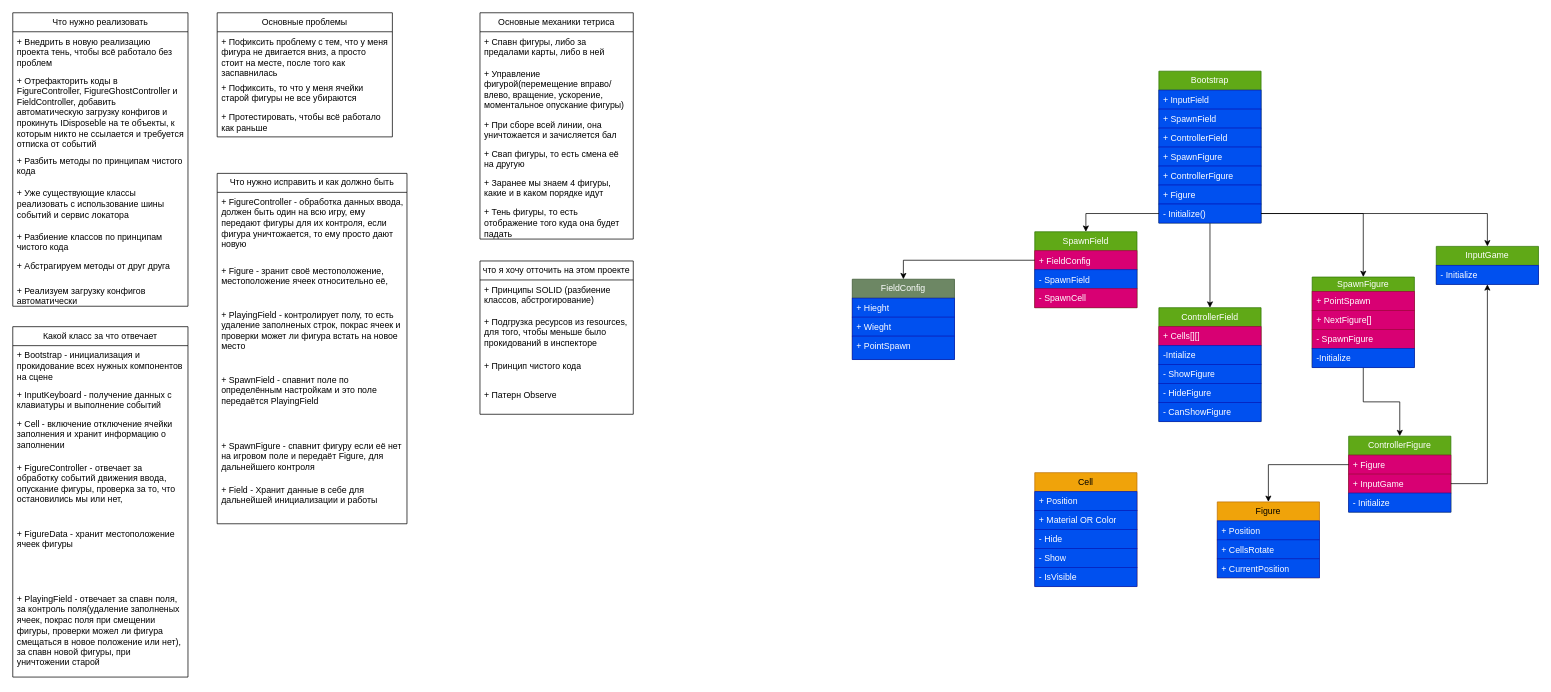
The draw.io diagram TetrisGame.drawio in Bablakov/Tetris, before the edit. Source tidied: cells renumbered, new cells numbered last; positions are measured from the earlier drawing's top-left corner, leaving out a move shared by most shapes. Both pictures are drawn from the tidied source at 73%, with x=0, y=0 at pixel (12, 12).
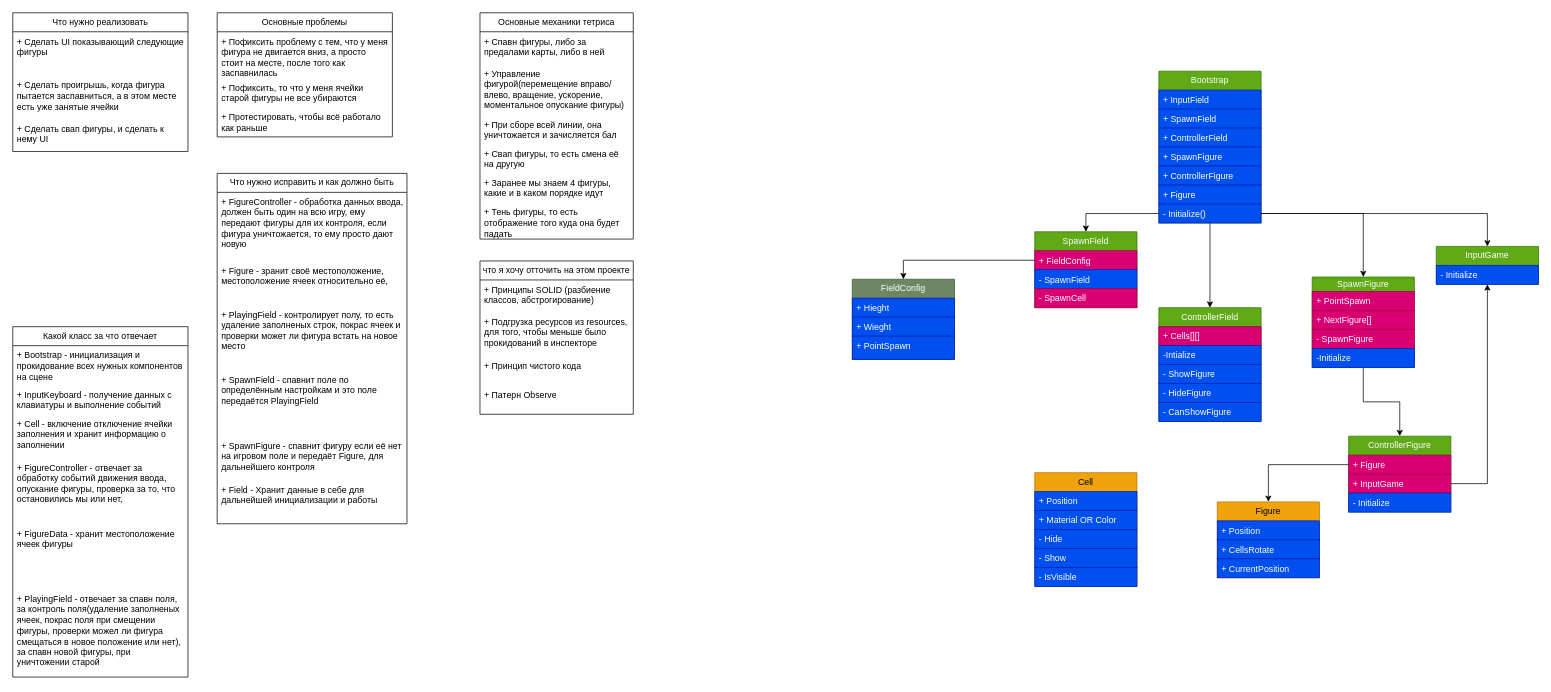
Above is the later version.

The edit, as a diff of the source:
```diff
@@
     <mxCell id="2" value="Что нужно реализовать" style="swimlane;fontStyle=0;horizontal=1;startSize=26;fillColor=none;whiteSpace=wrap;html=1;" parent="1" vertex="1">
-      <mxGeometry width="240" height="402" as="geometry" />
+      <mxGeometry width="240" height="190" as="geometry" />
     </mxCell>
-    <mxCell id="3" value="&lt;div&gt;+ Внедрить в новую реализацию проекта тень, чтобы всё работало без проблем&lt;/div&gt;" style="text;strokeColor=none;fillColor=none;align=left;verticalAlign=top;spacingLeft=4;spacingRight=4;overflow=hidden;whiteSpace=wrap;html=1;" parent="2" vertex="1">
-      <mxGeometry y="26" width="240" height="54" as="geometry" />
-    </mxCell>
-    <mxCell id="4" value="&lt;div&gt;+ Отрефакторить коды в FigureController, FigureGhostController и FieldController, добавить автоматическую загрузку конфигов и прокинуть IDisposeble на те объекты, к которым никто не ссылается и требуется отписка от событий&lt;/div&gt;" style="text;strokeColor=none;fillColor=none;align=left;verticalAlign=top;spacingLeft=4;spacingRight=4;overflow=hidden;whiteSpace=wrap;html=1;" parent="2" vertex="1">
-      <mxGeometry y="80" width="240" height="110" as="geometry" />
-    </mxCell>
-    <mxCell id="5" value="&lt;div&gt;+ Разбить методы по принципам чистого кода&lt;/div&gt;" style="text;strokeColor=none;fillColor=none;align=left;verticalAlign=top;spacingLeft=4;spacingRight=4;overflow=hidden;whiteSpace=wrap;html=1;" parent="2" vertex="1">
-      <mxGeometry y="190" width="240" height="44" as="geometry" />
-    </mxCell>
-    <mxCell id="6" value="+ Уже существующие классы реализовать с использование шины событий и сервис локатора" style="text;strokeColor=none;fillColor=none;align=left;verticalAlign=top;spacingLeft=4;spacingRight=4;overflow=hidden;whiteSpace=wrap;html=1;" parent="2" vertex="1">
-      <mxGeometry y="234" width="240" height="60" as="geometry" />
+    <mxCell id="6" value="+ Сделать UI показывающий следующие фигуры" style="text;strokeColor=none;fillColor=none;align=left;verticalAlign=top;spacingLeft=4;spacingRight=4;overflow=hidden;whiteSpace=wrap;html=1;" parent="2" vertex="1">
+      <mxGeometry y="26" width="240" height="60" as="geometry" />
     </mxCell>
-    <mxCell id="7" value="&lt;div&gt;+ Разбиение классов по принципам чистого кода&lt;/div&gt;" style="text;strokeColor=none;fillColor=none;align=left;verticalAlign=top;spacingLeft=4;spacingRight=4;overflow=hidden;whiteSpace=wrap;html=1;" parent="2" vertex="1">
-      <mxGeometry y="294" width="240" height="40" as="geometry" />
-    </mxCell>
-    <mxCell id="8" value="+ Абстрагируем методы от друг друга" style="text;strokeColor=none;fillColor=none;align=left;verticalAlign=top;spacingLeft=4;spacingRight=4;overflow=hidden;whiteSpace=wrap;html=1;" parent="2" vertex="1">
-      <mxGeometry y="334" width="240" height="34" as="geometry" />
-    </mxCell>
-    <mxCell id="9" value="+ Реализуем загрузку конфигов автоматически" style="text;strokeColor=none;fillColor=none;align=left;verticalAlign=top;spacingLeft=4;spacingRight=4;overflow=hidden;whiteSpace=wrap;html=1;" parent="2" vertex="1">
-      <mxGeometry y="368" width="240" height="34" as="geometry" />
-    </mxCell>
+    <mxCell id="91" value="+ Сделать проигрышь, когда фигура пытается заспавниться, а в этом месте есть уже занятые ячейки" style="text;strokeColor=none;fillColor=none;align=left;verticalAlign=top;spacingLeft=4;spacingRight=4;overflow=hidden;whiteSpace=wrap;html=1;" parent="2" vertex="1">
+      <mxGeometry y="86" width="240" height="60" as="geometry" />
+    </mxCell>
+    <mxCell id="92" value="+ Сделать свап фигуры, и сделать к нему UI" style="text;strokeColor=none;fillColor=none;align=left;verticalAlign=top;spacingLeft=4;spacingRight=4;overflow=hidden;whiteSpace=wrap;html=1;" parent="2" vertex="1">
+      <mxGeometry y="146" width="240" height="44" as="geometry" />
+    </mxCell>
```
